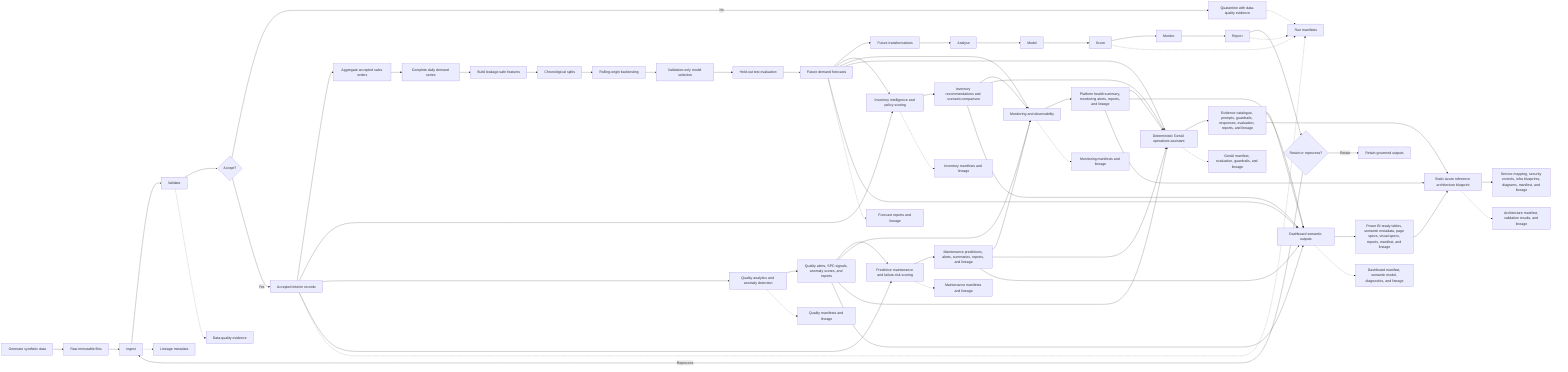
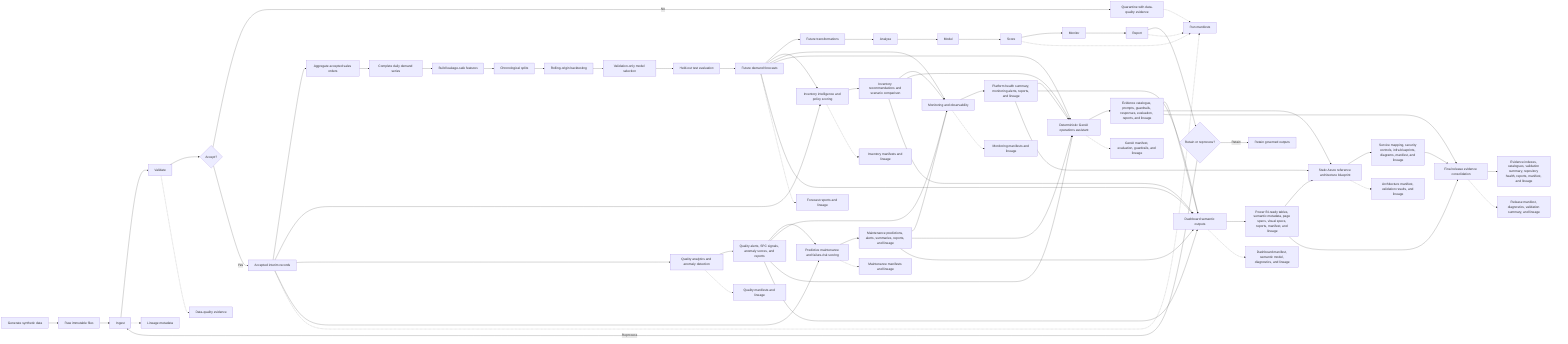
flowchart LR
    Generate["Generate synthetic data"] --> Raw["Raw immutable files"]
    Raw --> Ingest["Ingest"]
    Ingest --> Validate["Validate"]
    Validate --> Decision{"Accept?"}
    Decision -- No --> Quarantine["Quarantine with data-quality evidence"]
    Decision -- Yes --> Accepted["Accepted interim records"]
    Accepted --> Demand["Aggregate accepted sales orders"]
    Demand --> Complete["Complete daily demand series"]
    Complete --> Feature["Build leakage-safe features"]
    Feature --> Split["Chronological splits"]
    Split --> Backtest["Rolling-origin backtesting"]
    Backtest --> Select["Validation-only model selection"]
    Select --> Test["Held-out test evaluation"]
    Test --> Forecast["Future demand forecasts"]
    Forecast --> Transform["Future transformations"]
    Forecast --> Inventory["Inventory intelligence and policy scoring"]
    Accepted --> Inventory
    Inventory --> InventoryOutputs["Inventory recommendations and scenario comparison"]
    Accepted --> Quality["Quality analytics and anomaly detection"]
    Quality --> QualityOutputs["Quality alerts, SPC signals, anomaly scores, and reports"]
    Accepted --> Maintenance["Predictive maintenance and failure-risk scoring"]
    QualityOutputs --> Maintenance
    Maintenance --> MaintenanceOutputs["Maintenance predictions, alerts, summaries, reports, and lineage"]
    MaintenanceOutputs --> Monitoring["Monitoring and observability"]
    Forecast --> Monitoring
    InventoryOutputs --> Monitoring
    QualityOutputs --> Monitoring
    Monitoring --> MonitoringOutputs["Platform health summary, monitoring alerts, reports, and lineage"]
    MonitoringOutputs --> GenAI["Deterministic GenAI operations assistant"]
    Forecast --> GenAI
    InventoryOutputs --> GenAI
    QualityOutputs --> GenAI
    MaintenanceOutputs --> GenAI
    GenAI --> GenAIOutputs["Evidence catalogue, prompts, guardrails, responses, evaluation, reports, and lineage"]
    Forecast --> Dashboard["Dashboard semantic outputs"]
    InventoryOutputs --> Dashboard
    QualityOutputs --> Dashboard
    MaintenanceOutputs --> Dashboard
    MonitoringOutputs --> Dashboard
    GenAIOutputs --> Dashboard
    Dashboard --> DashboardOutputs["Power BI-ready tables, semantic metadata, page specs, visual specs, reports, manifest, and lineage"]
    DashboardOutputs --> Architecture["Static Azure reference architecture blueprint"]
    MonitoringOutputs --> Architecture
    GenAIOutputs --> Architecture
    Architecture --> ArchitectureOutputs["Service mapping, security controls, infra blueprints, diagrams, manifest, and lineage"]
+     ArchitectureOutputs --> Release["Final release evidence consolidation"]
+     DashboardOutputs --> Release
+     GenAIOutputs --> Release
+     Release --> ReleaseOutputs["Evidence indexes, catalogues, validation summary, repository health, reports, manifest, and lineage"]
    Transform --> Analyse["Analyse"]
    Analyse --> Model["Model"]
    Model --> Score["Score"]
    Score --> Monitor["Monitor"]
    Monitor --> Report["Report"]
    Report --> Retain{"Retain or reprocess?"}
    Retain -- Retain --> Archive["Retain governed outputs"]
    Retain -- Reprocess --> Ingest

    Ingest -.-> Lineage["Lineage metadata"]
    Validate -.-> Evidence["Data-quality evidence"]
    Forecast -.-> ForecastLineage["Forecast reports and lineage"]
    Inventory -.-> InventoryLineage["Inventory manifests and lineage"]
    Quality -.-> QualityLineage["Quality manifests and lineage"]
    Maintenance -.-> MaintenanceLineage["Maintenance manifests and lineage"]
    Monitoring -.-> MonitoringLineage["Monitoring manifests and lineage"]
    GenAI -.-> GenAILineage["GenAI manifest, evaluation, guardrails, and lineage"]
    Dashboard -.-> DashboardLineage["Dashboard manifest, semantic model, diagnostics, and lineage"]
    Architecture -.-> ArchitectureLineage["Architecture manifest, validation results, and lineage"]
+     Release -.-> ReleaseLineage["Release manifest, diagnostics, validation summary, and lineage"]
    Accepted -.-> Manifest["Run manifests"]
    Quarantine -.-> Manifest
    Score -.-> Manifest
    Report -.-> Manifest
